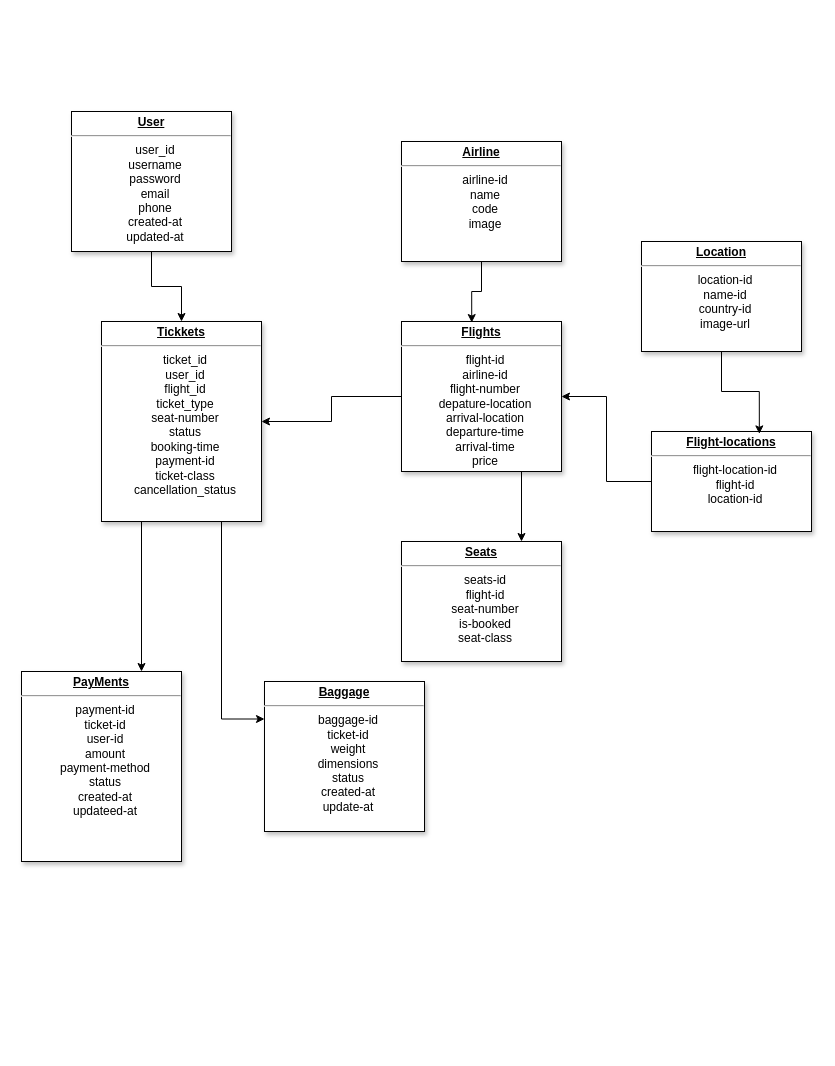
The draw.io diagram page "DataBase" (1 of 3) of Biểu đồ không có tiêu đề.drawio in DungZG/TrackingFlight, before the edit. Source tidied: cells renumbered, new cells numbered last; positions are measured from the earlier drawing's top-left corner, leaving out a move shared by most shapes. Both pictures are drawn from the tidied source at 100%, with x=0, y=0 at pixel (21, 111).
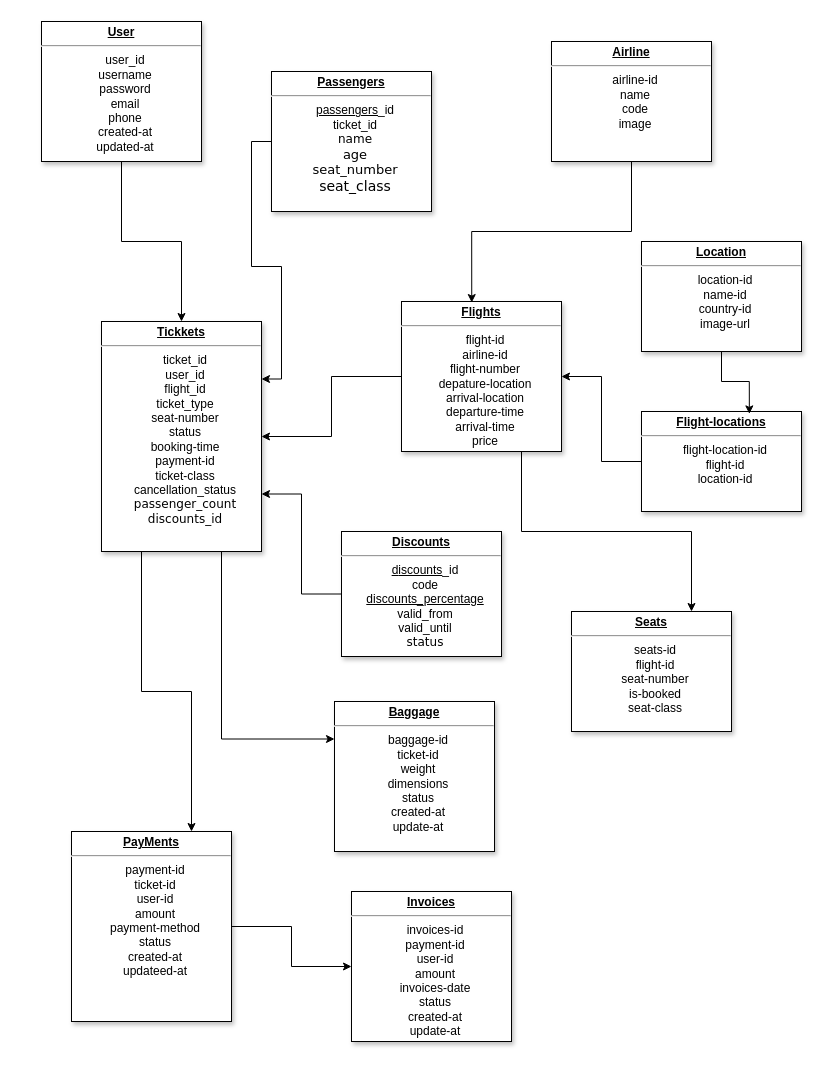
The same diagram, later.

Diff of the diagram source:
```diff
@@
     <mxCell id="3" value="&lt;p style=&quot;text-align: center; margin: 4px 0px 0px;&quot;&gt;&lt;b style=&quot;text-decoration-line: underline;&quot;&gt;Us&lt;/b&gt;&lt;span style=&quot;background-color: transparent;&quot;&gt;&lt;b&gt;&lt;u&gt;er&lt;/u&gt;&lt;/b&gt;&lt;/span&gt;&lt;/p&gt;&lt;hr style=&quot;text-align: center;&quot;&gt;&lt;p style=&quot;text-align: center; margin: 0px 0px 0px 8px;&quot;&gt;user_id&lt;/p&gt;&lt;p style=&quot;text-align: center; margin: 0px 0px 0px 8px;&quot;&gt;username&lt;/p&gt;&lt;p style=&quot;text-align: center; margin: 0px 0px 0px 8px;&quot;&gt;password&lt;/p&gt;&lt;p style=&quot;text-align: center; margin: 0px 0px 0px 8px;&quot;&gt;email&lt;/p&gt;&lt;p style=&quot;text-align: center; margin: 0px 0px 0px 8px;&quot;&gt;phone&lt;/p&gt;&lt;p style=&quot;text-align: center; margin: 0px 0px 0px 8px;&quot;&gt;created-at&lt;/p&gt;&lt;p style=&quot;text-align: center; margin: 0px 0px 0px 8px;&quot;&gt;updated-at&lt;/p&gt;" style="verticalAlign=top;align=left;overflow=fill;fontSize=12;fontFamily=Helvetica;html=1;shadow=1;labelBackgroundColor=none;" parent="1" vertex="1">
-      <mxGeometry x="50" width="160" height="140" as="geometry" />
+      <mxGeometry x="20" y="-90" width="160" height="140" as="geometry" />
     </mxCell>
@@
-    <mxCell id="6" value="&lt;p style=&quot;text-align: center; margin: 4px 0px 0px;&quot;&gt;&lt;b&gt;&lt;u&gt;Tickkets&lt;/u&gt;&lt;/b&gt;&lt;/p&gt;&lt;hr style=&quot;text-align: center;&quot;&gt;&lt;p style=&quot;text-align: center; margin: 0px 0px 0px 8px;&quot;&gt;ticket_id&lt;/p&gt;&lt;p style=&quot;text-align: center; margin: 0px 0px 0px 8px;&quot;&gt;user_id&lt;/p&gt;&lt;p style=&quot;text-align: center; margin: 0px 0px 0px 8px;&quot;&gt;flight_id&lt;/p&gt;&lt;p style=&quot;text-align: center; margin: 0px 0px 0px 8px;&quot;&gt;ticket_type&lt;/p&gt;&lt;p style=&quot;text-align: center; margin: 0px 0px 0px 8px;&quot;&gt;seat-number&lt;/p&gt;&lt;p style=&quot;text-align: center; margin: 0px 0px 0px 8px;&quot;&gt;status&lt;/p&gt;&lt;p style=&quot;text-align: center; margin: 0px 0px 0px 8px;&quot;&gt;booking-time&lt;/p&gt;&lt;p style=&quot;text-align: center; margin: 0px 0px 0px 8px;&quot;&gt;payment-id&lt;/p&gt;&lt;p style=&quot;text-align: center; margin: 0px 0px 0px 8px;&quot;&gt;ticket-class&lt;/p&gt;&lt;p style=&quot;text-align: center; margin: 0px 0px 0px 8px;&quot;&gt;cancellation_status&lt;/p&gt;" style="verticalAlign=top;align=left;overflow=fill;fontSize=12;fontFamily=Helvetica;html=1;shadow=1;labelBackgroundColor=none;" parent="1" vertex="1">
-      <mxGeometry x="80" y="210" width="160" height="200" as="geometry" />
+    <mxCell id="6" value="&lt;p style=&quot;text-align: center; margin: 4px 0px 0px;&quot;&gt;&lt;b&gt;&lt;u&gt;Tickkets&lt;/u&gt;&lt;/b&gt;&lt;/p&gt;&lt;hr style=&quot;text-align: center;&quot;&gt;&lt;p style=&quot;text-align: center; margin: 0px 0px 0px 8px;&quot;&gt;ticket_id&lt;/p&gt;&lt;p style=&quot;text-align: center; margin: 0px 0px 0px 8px;&quot;&gt;user_id&lt;/p&gt;&lt;p style=&quot;text-align: center; margin: 0px 0px 0px 8px;&quot;&gt;flight_id&lt;/p&gt;&lt;p style=&quot;text-align: center; margin: 0px 0px 0px 8px;&quot;&gt;ticket_type&lt;/p&gt;&lt;p style=&quot;text-align: center; margin: 0px 0px 0px 8px;&quot;&gt;seat-number&lt;/p&gt;&lt;p style=&quot;text-align: center; margin: 0px 0px 0px 8px;&quot;&gt;status&lt;/p&gt;&lt;p style=&quot;text-align: center; margin: 0px 0px 0px 8px;&quot;&gt;booking-time&lt;/p&gt;&lt;p style=&quot;text-align: center; margin: 0px 0px 0px 8px;&quot;&gt;payment-id&lt;/p&gt;&lt;p style=&quot;text-align: center; margin: 0px 0px 0px 8px;&quot;&gt;ticket-class&lt;/p&gt;&lt;p style=&quot;text-align: center; margin: 0px 0px 0px 8px;&quot;&gt;cancellation_status&lt;/p&gt;&lt;p style=&quot;text-align: center; margin: 0px 0px 0px 8px;&quot;&gt;&lt;span style=&quot;font-family: &amp;quot;trebuchet ms&amp;quot;, verdana, arial, sans-serif; text-align: start;&quot;&gt;&lt;font&gt;passenger_count&lt;/font&gt;&lt;/span&gt;&lt;/p&gt;&lt;p style=&quot;text-align: center; margin: 0px 0px 0px 8px;&quot;&gt;&lt;span style=&quot;font-family: &amp;quot;trebuchet ms&amp;quot;, verdana, arial, sans-serif; text-align: start;&quot;&gt;&lt;font&gt;discounts_id&lt;/font&gt;&lt;/span&gt;&lt;/p&gt;" style="verticalAlign=top;align=left;overflow=fill;fontSize=12;fontFamily=Helvetica;html=1;shadow=1;labelBackgroundColor=none;" parent="1" vertex="1">
+      <mxGeometry x="80" y="210" width="160" height="230" as="geometry" />
     </mxCell>
     <mxCell id="7" value="&lt;p style=&quot;text-align: center; margin: 4px 0px 0px;&quot;&gt;&lt;b&gt;&lt;u&gt;Baggage&lt;/u&gt;&lt;/b&gt;&lt;/p&gt;&lt;hr style=&quot;text-align: center;&quot;&gt;&lt;p style=&quot;text-align: center; margin: 0px 0px 0px 8px;&quot;&gt;baggage-id&lt;/p&gt;&lt;p style=&quot;text-align: center; margin: 0px 0px 0px 8px;&quot;&gt;ticket-id&lt;/p&gt;&lt;p style=&quot;text-align: center; margin: 0px 0px 0px 8px;&quot;&gt;weight&lt;/p&gt;&lt;p style=&quot;text-align: center; margin: 0px 0px 0px 8px;&quot;&gt;dimensions&lt;/p&gt;&lt;p style=&quot;text-align: center; margin: 0px 0px 0px 8px;&quot;&gt;status&lt;/p&gt;&lt;p style=&quot;text-align: center; margin: 0px 0px 0px 8px;&quot;&gt;created-at&lt;/p&gt;&lt;p style=&quot;text-align: center; margin: 0px 0px 0px 8px;&quot;&gt;update-at&lt;/p&gt;" style="verticalAlign=top;align=left;overflow=fill;fontSize=12;fontFamily=Helvetica;html=1;shadow=1;labelBackgroundColor=none;" parent="1" vertex="1">
-      <mxGeometry x="243" y="570" width="160" height="150" as="geometry" />
+      <mxGeometry x="313" y="590" width="160" height="150" as="geometry" />
     </mxCell>
@@
     <mxCell id="10" value="&lt;p style=&quot;text-align: center; margin: 4px 0px 0px;&quot;&gt;&lt;b&gt;&lt;u&gt;Flights&lt;/u&gt;&lt;/b&gt;&lt;/p&gt;&lt;hr style=&quot;text-align: center;&quot;&gt;&lt;p style=&quot;text-align: center; margin: 0px 0px 0px 8px;&quot;&gt;flight-id&lt;/p&gt;&lt;p style=&quot;text-align: center; margin: 0px 0px 0px 8px;&quot;&gt;airline-id&lt;/p&gt;&lt;p style=&quot;text-align: center; margin: 0px 0px 0px 8px;&quot;&gt;flight-number&lt;/p&gt;&lt;p style=&quot;text-align: center; margin: 0px 0px 0px 8px;&quot;&gt;depature-location&lt;/p&gt;&lt;p style=&quot;text-align: center; margin: 0px 0px 0px 8px;&quot;&gt;arrival-location&lt;/p&gt;&lt;p style=&quot;text-align: center; margin: 0px 0px 0px 8px;&quot;&gt;departure-time&lt;/p&gt;&lt;p style=&quot;text-align: center; margin: 0px 0px 0px 8px;&quot;&gt;arrival-time&lt;/p&gt;&lt;p style=&quot;text-align: center; margin: 0px 0px 0px 8px;&quot;&gt;price&lt;/p&gt;" style="verticalAlign=top;align=left;overflow=fill;fontSize=12;fontFamily=Helvetica;html=1;shadow=1;labelBackgroundColor=none;" parent="1" vertex="1">
-      <mxGeometry x="380" y="210" width="160" height="150" as="geometry" />
+      <mxGeometry x="380" y="190" width="160" height="150" as="geometry" />
     </mxCell>
     <mxCell id="11" value="&lt;p style=&quot;text-align: center; margin: 4px 0px 0px;&quot;&gt;&lt;b&gt;&lt;u&gt;Seats&lt;/u&gt;&lt;/b&gt;&lt;/p&gt;&lt;hr style=&quot;text-align: center;&quot;&gt;&lt;p style=&quot;text-align: center; margin: 0px 0px 0px 8px;&quot;&gt;seats-id&lt;/p&gt;&lt;p style=&quot;text-align: center; margin: 0px 0px 0px 8px;&quot;&gt;flight-id&lt;/p&gt;&lt;p style=&quot;text-align: center; margin: 0px 0px 0px 8px;&quot;&gt;seat-number&lt;/p&gt;&lt;p style=&quot;text-align: center; margin: 0px 0px 0px 8px;&quot;&gt;is-booked&lt;/p&gt;&lt;p style=&quot;text-align: center; margin: 0px 0px 0px 8px;&quot;&gt;seat-class&lt;/p&gt;" style="verticalAlign=top;align=left;overflow=fill;fontSize=12;fontFamily=Helvetica;html=1;shadow=1;labelBackgroundColor=none;" parent="1" vertex="1">
-      <mxGeometry x="380" y="430" width="160" height="120" as="geometry" />
+      <mxGeometry x="550" y="500" width="160" height="120" as="geometry" />
     </mxCell>
     <mxCell id="12" value="&lt;p style=&quot;text-align: center; margin: 4px 0px 0px;&quot;&gt;&lt;b&gt;&lt;u&gt;A&lt;/u&gt;&lt;/b&gt;&lt;span style=&quot;background-color: transparent;&quot;&gt;&lt;b&gt;&lt;u&gt;irline&lt;/u&gt;&lt;/b&gt;&lt;/span&gt;&lt;/p&gt;&lt;hr style=&quot;text-align: center;&quot;&gt;&lt;p style=&quot;text-align: center; margin: 0px 0px 0px 8px;&quot;&gt;airline-id&lt;/p&gt;&lt;p style=&quot;text-align: center; margin: 0px 0px 0px 8px;&quot;&gt;name&lt;/p&gt;&lt;p style=&quot;text-align: center; margin: 0px 0px 0px 8px;&quot;&gt;code&lt;/p&gt;&lt;p style=&quot;text-align: center; margin: 0px 0px 0px 8px;&quot;&gt;image&lt;/p&gt;" style="verticalAlign=top;align=left;overflow=fill;fontSize=12;fontFamily=Helvetica;html=1;shadow=1;labelBackgroundColor=none;" parent="1" vertex="1">
-      <mxGeometry x="380" y="30" width="160" height="120" as="geometry" />
+      <mxGeometry x="530" y="-70" width="160" height="120" as="geometry" />
     </mxCell>
@@
     <mxCell id="14" value="&lt;p style=&quot;text-align: center; margin: 4px 0px 0px;&quot;&gt;&lt;b&gt;&lt;u&gt;Flight-locations&lt;/u&gt;&lt;/b&gt;&lt;/p&gt;&lt;hr style=&quot;text-align: center;&quot;&gt;&lt;p style=&quot;text-align: center; margin: 0px 0px 0px 8px;&quot;&gt;flight-location-id&lt;/p&gt;&lt;p style=&quot;text-align: center; margin: 0px 0px 0px 8px;&quot;&gt;flight-id&lt;/p&gt;&lt;p style=&quot;text-align: center; margin: 0px 0px 0px 8px;&quot;&gt;location-id&lt;/p&gt;" style="verticalAlign=top;align=left;overflow=fill;fontSize=12;fontFamily=Helvetica;html=1;shadow=1;labelBackgroundColor=none;" parent="1" vertex="1">
-      <mxGeometry x="630" y="320" width="160" height="100" as="geometry" />
+      <mxGeometry x="620" y="300" width="160" height="100" as="geometry" />
     </mxCell>
@@
+    <mxCell id="19" style="edgeStyle=orthogonalEdgeStyle;rounded=0;jettySize=auto;html=1;" parent="1" edge="1" source="18" target="22">
+      <mxGeometry relative="1" as="geometry" />
+    </mxCell>
     <mxCell id="18" value="&lt;p style=&quot;text-align: center; margin: 4px 0px 0px;&quot;&gt;&lt;b&gt;&lt;u&gt;PayMents&lt;/u&gt;&lt;/b&gt;&lt;/p&gt;&lt;hr style=&quot;text-align: center;&quot;&gt;&lt;p style=&quot;text-align: center; margin: 0px 0px 0px 8px;&quot;&gt;payment-id&lt;/p&gt;&lt;p style=&quot;text-align: center; margin: 0px 0px 0px 8px;&quot;&gt;ticket-id&lt;/p&gt;&lt;p style=&quot;text-align: center; margin: 0px 0px 0px 8px;&quot;&gt;user-id&lt;/p&gt;&lt;p style=&quot;text-align: center; margin: 0px 0px 0px 8px;&quot;&gt;amount&lt;/p&gt;&lt;p style=&quot;text-align: center; margin: 0px 0px 0px 8px;&quot;&gt;payment-method&lt;/p&gt;&lt;p style=&quot;text-align: center; margin: 0px 0px 0px 8px;&quot;&gt;status&lt;/p&gt;&lt;p style=&quot;text-align: center; margin: 0px 0px 0px 8px;&quot;&gt;created-at&lt;/p&gt;&lt;p style=&quot;text-align: center; margin: 0px 0px 0px 8px;&quot;&gt;updateed-at&lt;/p&gt;" style="verticalAlign=top;align=left;overflow=fill;fontSize=12;fontFamily=Helvetica;html=1;shadow=1;labelBackgroundColor=none;" parent="1" vertex="1">
-      <mxGeometry y="560" width="160" height="190" as="geometry" />
+      <mxGeometry x="50" y="720" width="160" height="190" as="geometry" />
     </mxCell>
+    <mxCell id="20" style="edgeStyle=orthogonalEdgeStyle;rounded=0;jettySize=auto;html=1;entryX=1;entryY=0.25;entryDx=0;entryDy=0;" parent="1" edge="1" source="21" target="6">
+      <mxGeometry relative="1" as="geometry" />
+    </mxCell>
+    <mxCell id="21" value="&lt;p style=&quot;text-align: center; margin: 4px 0px 0px;&quot;&gt;&lt;b&gt;&lt;u&gt;Passengers&lt;/u&gt;&lt;/b&gt;&lt;/p&gt;&lt;hr style=&quot;text-align: center;&quot;&gt;&lt;p style=&quot;text-align: center; margin: 0px 0px 0px 8px;&quot;&gt;&lt;font&gt;&lt;span style=&quot;background-color: transparent; color: light-dark(rgb(0, 0, 0), rgb(255, 255, 255));&quot;&gt;&lt;u style=&quot;&quot;&gt;passengers&lt;/u&gt;&lt;/span&gt;_id&lt;/font&gt;&lt;/p&gt;&lt;p style=&quot;text-align: center; margin: 0px 0px 0px 8px;&quot;&gt;&lt;font&gt;ticket_id&lt;/font&gt;&lt;/p&gt;&lt;p style=&quot;text-align: center; margin: 0px 0px 0px 8px;&quot;&gt;&lt;span style=&quot;font-family: &amp;quot;trebuchet ms&amp;quot;, verdana, arial, sans-serif; text-align: start;&quot;&gt;&lt;font&gt;name&lt;/font&gt;&lt;/span&gt;&lt;/p&gt;&lt;p style=&quot;text-align: center; margin: 0px 0px 0px 8px;&quot;&gt;&lt;span style=&quot;font-family: &amp;quot;trebuchet ms&amp;quot;, verdana, arial, sans-serif; text-align: start;&quot;&gt;&lt;font style=&quot;font-size: 13px;&quot;&gt;age&lt;/font&gt;&lt;/span&gt;&lt;/p&gt;&lt;p style=&quot;text-align: center; margin: 0px 0px 0px 8px;&quot;&gt;&lt;span style=&quot;font-family: &amp;quot;trebuchet ms&amp;quot;, verdana, arial, sans-serif; text-align: start;&quot;&gt;&lt;font style=&quot;font-size: 13px;&quot;&gt;seat_number&lt;/font&gt;&lt;/span&gt;&lt;/p&gt;&lt;p style=&quot;text-align: center; margin: 0px 0px 0px 8px;&quot;&gt;&lt;span style=&quot;font-family: &amp;quot;trebuchet ms&amp;quot;, verdana, arial, sans-serif; background-color: transparent; color: light-dark(rgb(0, 0, 0), rgb(255, 255, 255)); text-align: left;&quot;&gt;&lt;font style=&quot;font-size: 14px;&quot;&gt;seat_class&lt;/font&gt;&lt;/span&gt;&lt;/p&gt;&lt;p style=&quot;text-align: center; margin: 0px 0px 0px 8px;&quot;&gt;&lt;br&gt;&lt;/p&gt;" style="verticalAlign=top;align=left;overflow=fill;fontSize=12;fontFamily=Helvetica;html=1;shadow=1;labelBackgroundColor=none;" parent="1" vertex="1">
+      <mxGeometry x="250" y="-40" width="160" height="140" as="geometry" />
+    </mxCell>
+    <mxCell id="22" value="&lt;p style=&quot;text-align: center; margin: 4px 0px 0px;&quot;&gt;&lt;b&gt;&lt;u&gt;Invoices&lt;/u&gt;&lt;/b&gt;&lt;/p&gt;&lt;hr style=&quot;text-align: center;&quot;&gt;&lt;p style=&quot;text-align: center; margin: 0px 0px 0px 8px;&quot;&gt;invoices-id&lt;/p&gt;&lt;p style=&quot;text-align: center; margin: 0px 0px 0px 8px;&quot;&gt;payment-id&lt;/p&gt;&lt;p style=&quot;text-align: center; margin: 0px 0px 0px 8px;&quot;&gt;user-id&lt;/p&gt;&lt;p style=&quot;text-align: center; margin: 0px 0px 0px 8px;&quot;&gt;amount&lt;/p&gt;&lt;p style=&quot;text-align: center; margin: 0px 0px 0px 8px;&quot;&gt;invoices-date&lt;/p&gt;&lt;p style=&quot;text-align: center; margin: 0px 0px 0px 8px;&quot;&gt;status&lt;/p&gt;&lt;p style=&quot;text-align: center; margin: 0px 0px 0px 8px;&quot;&gt;created-at&lt;/p&gt;&lt;p style=&quot;text-align: center; margin: 0px 0px 0px 8px;&quot;&gt;update-at&lt;/p&gt;" style="verticalAlign=top;align=left;overflow=fill;fontSize=12;fontFamily=Helvetica;html=1;shadow=1;labelBackgroundColor=none;" parent="1" vertex="1">
+      <mxGeometry x="330" y="780" width="160" height="150" as="geometry" />
+    </mxCell>
+    <mxCell id="23" style="edgeStyle=orthogonalEdgeStyle;rounded=0;jettySize=auto;html=1;entryX=1;entryY=0.75;entryDx=0;entryDy=0;" parent="1" edge="1" source="24" target="6">
+      <mxGeometry relative="1" as="geometry" />
+    </mxCell>
+    <mxCell id="24" value="&lt;p style=&quot;text-align: center; margin: 4px 0px 0px;&quot;&gt;&lt;b&gt;&lt;u&gt;D&lt;/u&gt;&lt;/b&gt;&lt;span style=&quot;background-color: transparent;&quot;&gt;&lt;b&gt;&lt;u&gt;iscounts&lt;/u&gt;&lt;/b&gt;&lt;/span&gt;&lt;/p&gt;&lt;hr style=&quot;text-align: center;&quot;&gt;&lt;p style=&quot;text-align: center; margin: 0px 0px 0px 8px;&quot;&gt;&lt;font&gt;&lt;span style=&quot;background-color: transparent; color: light-dark(rgb(0, 0, 0), rgb(255, 255, 255));&quot;&gt;&lt;u style=&quot;&quot;&gt;d&lt;/u&gt;&lt;/span&gt;&lt;/font&gt;&lt;span style=&quot;background-color: transparent; text-align: left;&quot;&gt;&lt;u&gt;iscounts&lt;/u&gt;&lt;/span&gt;&lt;span style=&quot;background-color: transparent; color: light-dark(rgb(0, 0, 0), rgb(255, 255, 255));&quot;&gt;_id&lt;/span&gt;&lt;/p&gt;&lt;p style=&quot;text-align: center; margin: 0px 0px 0px 8px;&quot;&gt;&lt;span style=&quot;text-align: start; background-color: transparent; color: light-dark(rgb(0, 0, 0), rgb(255, 255, 255));&quot;&gt;code&lt;/span&gt;&lt;/p&gt;&lt;p style=&quot;text-align: center; margin: 0px 0px 0px 8px;&quot;&gt;&lt;span style=&quot;background-color: transparent; color: light-dark(rgb(0, 0, 0), rgb(255, 255, 255));&quot;&gt;&lt;u&gt;d&lt;/u&gt;&lt;/span&gt;&lt;span style=&quot;background-color: transparent; text-align: left;&quot;&gt;&lt;u&gt;iscounts_percentage&lt;/u&gt;&lt;/span&gt;&lt;/p&gt;&lt;p style=&quot;text-align: center; margin: 0px 0px 0px 8px;&quot;&gt;valid_from&lt;/p&gt;&lt;p style=&quot;text-align: center; margin: 0px 0px 0px 8px;&quot;&gt;valid_until&lt;/p&gt;&lt;p style=&quot;text-align: center; margin: 0px 0px 0px 8px;&quot;&gt;&lt;font face=&quot;trebuchet ms, verdana, arial, sans-serif&quot;&gt;status&lt;/font&gt;&lt;/p&gt;&lt;p style=&quot;text-align: center; margin: 0px 0px 0px 8px;&quot;&gt;&lt;br&gt;&lt;/p&gt;&lt;p style=&quot;text-align: center; margin: 0px 0px 0px 8px;&quot;&gt;&lt;br&gt;&lt;/p&gt;" style="verticalAlign=top;align=left;overflow=fill;fontSize=12;fontFamily=Helvetica;html=1;shadow=1;labelBackgroundColor=none;" parent="1" vertex="1">
+      <mxGeometry x="320" y="420" width="160" height="125" as="geometry" />
+    </mxCell>
```
